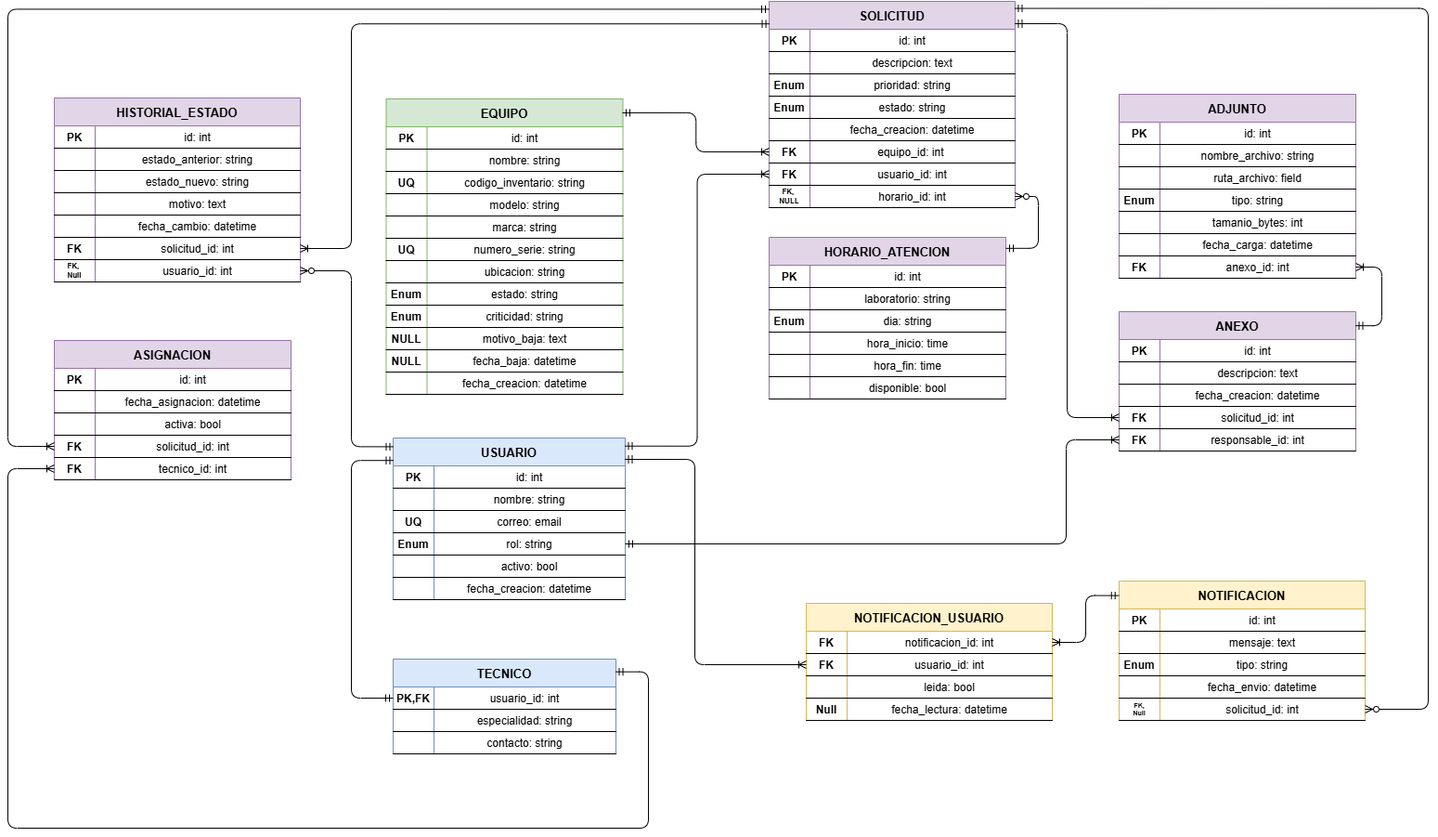
This is docs/images/Database_ER.png from GPT-Ingesoft/project-backend, a draw.io export, as it was before one commit. Source tidied: cells renumbered, new cells last; positions are measured from the earlier drawing's top-left corner, leaving out a move shared by most shapes.
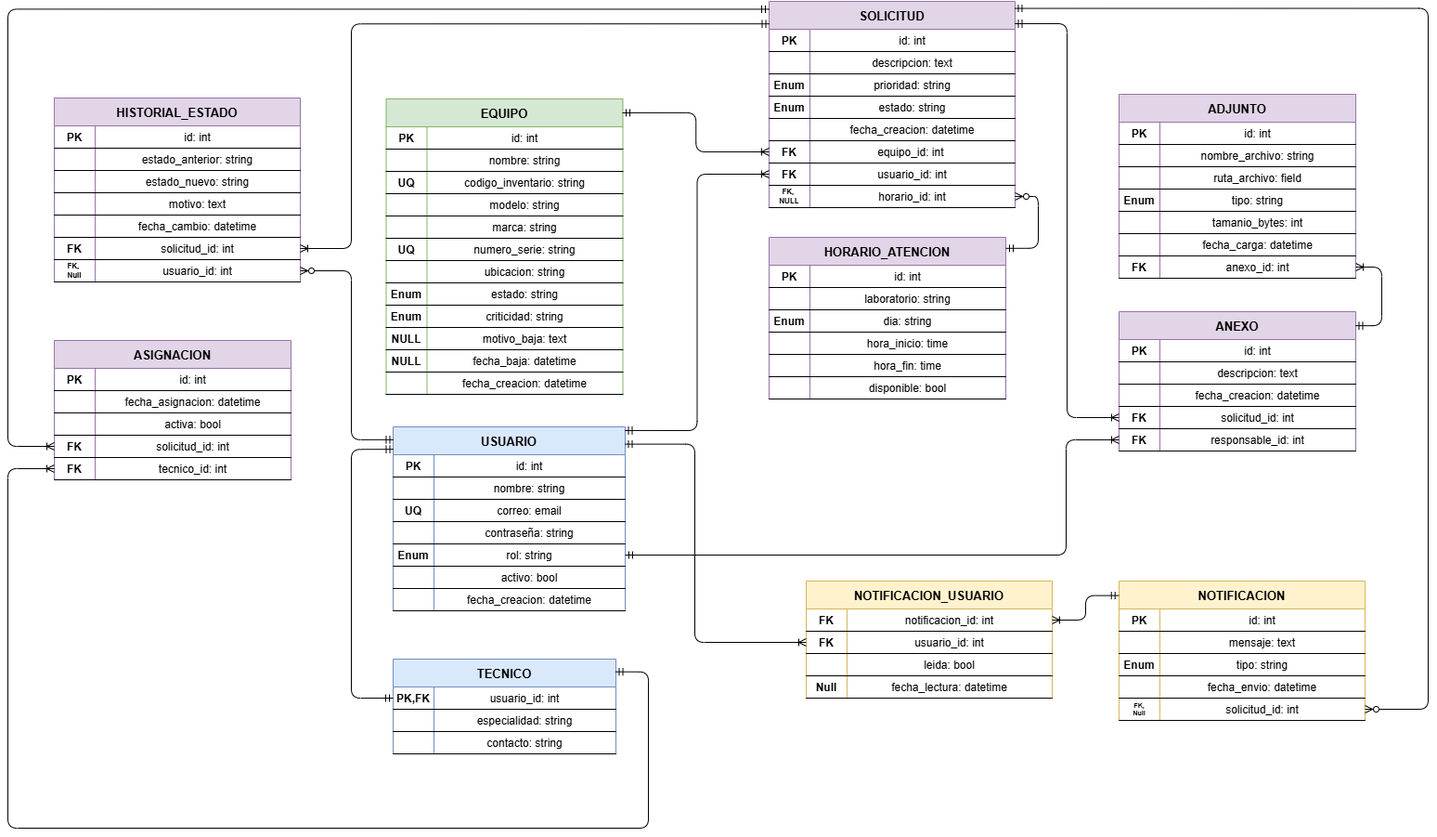
The same diagram one commit later.

What changed in the source:
```diff
@@ -3,7 +3,7 @@
     <mxCell id="0" />
     <mxCell id="1" parent="0" />
     <mxCell id="2" value="USUARIO" style="shape=table;startSize=30;rowLines=0;fontStyle=1;align=center;fontSize=13;fillColor=#dae8fc;strokeColor=#6c8ebf;" parent="1" vertex="1">
-      <mxGeometry x="415" y="470" width="250" height="174" as="geometry" />
+      <mxGeometry x="415" y="458" width="250" height="198" as="geometry" />
     </mxCell>
     <mxCell id="3" style="shape=tableRow;horizontal=0;startSize=0;swimlaneHead=0;swimlaneBody=0;fillColor=none;fontSize=12;top=0;left=0;right=0;bottom=1;" parent="2" vertex="1">
       <mxGeometry y="30" width="250" height="24" as="geometry" />
@@ -32,8 +32,17 @@
     <mxCell id="11" value="correo: email" style="shape=partialRectangle;fillColor=none;top=0;left=0;bottom=0;right=0;overflow=hidden;" parent="9" vertex="1">
       <mxGeometry x="44" width="206" height="24" as="geometry" />
     </mxCell>
+    <mxCell id="231" style="shape=tableRow;horizontal=0;startSize=0;swimlaneHead=0;swimlaneBody=0;fillColor=none;fontSize=12;top=0;left=0;right=0;bottom=1;" parent="2" vertex="1">
+      <mxGeometry y="102" width="250" height="24" as="geometry" />
+    </mxCell>
+    <mxCell id="232" style="shape=partialRectangle;fillColor=none;top=0;left=0;bottom=0;right=0;overflow=hidden;" parent="231" vertex="1">
+      <mxGeometry width="44" height="24" as="geometry" />
+    </mxCell>
+    <mxCell id="233" value="contraseña: string" style="shape=partialRectangle;fillColor=none;top=0;left=0;bottom=0;right=0;overflow=hidden;" parent="231" vertex="1">
+      <mxGeometry x="44" width="206" height="24" as="geometry" />
+    </mxCell>
     <mxCell id="12" style="shape=tableRow;horizontal=0;startSize=0;swimlaneHead=0;swimlaneBody=0;fillColor=none;points=[[0,0.5],[1,0.5]];portConstraint=eastwest;fontSize=12;top=0;left=0;right=0;bottom=1;" parent="2" vertex="1">
-      <mxGeometry y="102" width="250" height="24" as="geometry" />
+      <mxGeometry y="126" width="250" height="24" as="geometry" />
     </mxCell>
     <mxCell id="13" value="Enum" style="shape=partialRectangle;fillColor=none;top=0;left=0;bottom=0;right=0;overflow=hidden;fontStyle=1;" parent="12" vertex="1">
       <mxGeometry width="44" height="24" as="geometry" />
@@ -42,7 +51,7 @@
       <mxGeometry x="44" width="206" height="24" as="geometry" />
     </mxCell>
     <mxCell id="15" style="shape=tableRow;horizontal=0;startSize=0;swimlaneHead=0;swimlaneBody=0;fillColor=none;fontSize=12;top=0;left=0;right=0;bottom=1;" parent="2" vertex="1">
-      <mxGeometry y="126" width="250" height="24" as="geometry" />
+      <mxGeometry y="150" width="250" height="24" as="geometry" />
     </mxCell>
     <mxCell id="16" style="shape=partialRectangle;fillColor=none;top=0;left=0;bottom=0;right=0;overflow=hidden;" parent="15" vertex="1">
       <mxGeometry width="44" height="24" as="geometry" />
@@ -51,7 +60,7 @@
       <mxGeometry x="44" width="206" height="24" as="geometry" />
     </mxCell>
     <mxCell id="18" style="shape=tableRow;horizontal=0;startSize=0;swimlaneHead=0;swimlaneBody=0;fillColor=none;fontSize=12;top=0;left=0;right=0;bottom=1;" parent="2" vertex="1">
-      <mxGeometry y="150" width="250" height="24" as="geometry" />
+      <mxGeometry y="174" width="250" height="24" as="geometry" />
     </mxCell>
     <mxCell id="19" style="shape=partialRectangle;fillColor=none;top=0;left=0;bottom=0;right=0;overflow=hidden;" parent="18" vertex="1">
       <mxGeometry width="44" height="24" as="geometry" />
@@ -609,7 +618,7 @@
       <mxGeometry x="44" width="221" height="24" as="geometry" />
     </mxCell>
     <mxCell id="204" value="NOTIFICACION_USUARIO" style="shape=table;startSize=30;rowLines=0;fontStyle=1;align=center;fontSize=13;fillColor=#fff2cc;strokeColor=#d6b656;" parent="1" vertex="1">
-      <mxGeometry x="860" y="648" width="265" height="126" as="geometry" />
+      <mxGeometry x="860" y="624" width="265" height="126" as="geometry" />
     </mxCell>
     <mxCell id="205" style="shape=tableRow;horizontal=0;startSize=0;swimlaneHead=0;swimlaneBody=0;fillColor=none;points=[[0,0.5],[1,0.5]];portConstraint=eastwest;fontSize=12;top=0;left=0;right=0;bottom=1;" parent="204" vertex="1">
       <mxGeometry y="30" width="265" height="24" as="geometry" />
@@ -647,15 +656,15 @@
     <mxCell id="216" value="fecha_lectura: datetime" style="shape=partialRectangle;fillColor=none;top=0;left=0;bottom=0;right=0;overflow=hidden;" parent="214" vertex="1">
       <mxGeometry x="44" width="221" height="24" as="geometry" />
     </mxCell>
-    <mxCell id="217" style="edgeStyle=orthogonalEdgeStyle;startFill=0;endFill=0;fontSize=11;startArrow=ERmandOne;endArrow=ERmandOne;entryX=0;entryY=0.5;entryDx=0;entryDy=0;exitX=0.002;exitY=0.139;exitDx=0;exitDy=0;exitPerimeter=0;" parent="1" edge="1" source="2" target="22">
+    <mxCell id="217" style="edgeStyle=orthogonalEdgeStyle;startFill=0;endFill=0;fontSize=11;startArrow=ERmandOne;endArrow=ERmandOne;exitX=0.002;exitY=0.122;exitDx=0;exitDy=0;entryX=0;entryY=0.5;entryDx=0;entryDy=0;exitPerimeter=0;" parent="1" edge="1" source="2" target="22">
       <mxGeometry relative="1" as="geometry">
         <Array as="points">
-          <mxPoint x="370" y="494" />
+          <mxPoint x="370" y="482" />
           <mxPoint x="370" y="750" />
         </Array>
       </mxGeometry>
     </mxCell>
-    <mxCell id="218" style="edgeStyle=orthogonalEdgeStyle;startFill=0;endFill=0;fontSize=11;startArrow=ERmandOne;endArrow=ERoneToMany;exitX=0.998;exitY=0.05;exitDx=0;exitDy=0;entryX=0;entryY=0.5;entryDx=0;entryDy=0;exitPerimeter=0;" parent="1" edge="1" source="2" target="87">
+    <mxCell id="218" style="edgeStyle=orthogonalEdgeStyle;startFill=0;endFill=0;fontSize=11;startArrow=ERmandOne;endArrow=ERoneToMany;exitX=0.998;exitY=0.02;exitDx=0;exitDy=0;entryX=0;entryY=0.5;entryDx=0;entryDy=0;exitPerimeter=0;" parent="1" edge="1" source="2" target="87">
       <mxGeometry relative="1" as="geometry" />
     </mxCell>
     <mxCell id="219" style="edgeStyle=orthogonalEdgeStyle;startFill=0;endFill=0;fontSize=11;startArrow=ERmandOne;endArrow=ERoneToMany;exitX=0.998;exitY=0.047;exitDx=0;exitDy=0;entryX=0;entryY=0.5;entryDx=0;entryDy=0;exitPerimeter=0;" parent="1" edge="1" source="31" target="84">
@@ -677,10 +686,10 @@
         </Array>
       </mxGeometry>
     </mxCell>
-    <mxCell id="222" style="edgeStyle=orthogonalEdgeStyle;startFill=0;endFill=0;fontSize=11;startArrow=ERmandOne;endArrow=ERzeroToMany;exitX=0.002;exitY=0.054;exitDx=0;exitDy=0;entryX=1;entryY=0.5;entryDx=0;entryDy=0;exitPerimeter=0;" parent="1" edge="1" source="2" target="112">
+    <mxCell id="222" style="edgeStyle=orthogonalEdgeStyle;startFill=0;endFill=0;fontSize=11;startArrow=ERmandOne;endArrow=ERzeroToMany;exitX=0.002;exitY=0.07;exitDx=0;exitDy=0;entryX=1;entryY=0.5;entryDx=0;entryDy=0;exitPerimeter=0;" parent="1" edge="1" source="2" target="112">
       <mxGeometry relative="1" as="geometry">
         <Array as="points">
-          <mxPoint x="370" y="479" />
+          <mxPoint x="370" y="472" />
           <mxPoint x="370" y="290" />
         </Array>
       </mxGeometry>
@@ -688,10 +697,10 @@
     <mxCell id="223" style="edgeStyle=orthogonalEdgeStyle;startFill=0;endFill=0;fontSize=11;startArrow=ERmandOne;endArrow=ERoneToMany;exitX=0.998;exitY=0.108;exitDx=0;exitDy=0;entryX=0;entryY=0.5;entryDx=0;entryDy=0;exitPerimeter=0;" parent="1" edge="1" source="68" target="160">
       <mxGeometry relative="1" as="geometry" />
     </mxCell>
-    <mxCell id="224" style="edgeStyle=orthogonalEdgeStyle;startFill=0;endFill=0;fontSize=11;startArrow=ERmandOne;endArrow=ERoneToMany;entryX=0;entryY=0.5;entryDx=0;entryDy=0;exitX=1;exitY=0.5;exitDx=0;exitDy=0;" parent="1" edge="1" source="12" target="163">
+    <mxCell id="224" style="edgeStyle=orthogonalEdgeStyle;startFill=0;endFill=0;fontSize=11;startArrow=ERmandOne;endArrow=ERoneToMany;exitX=1;exitY=0.5;exitDx=0;exitDy=0;entryX=0;entryY=0.5;entryDx=0;entryDy=0;" parent="1" edge="1" source="12" target="163">
       <mxGeometry relative="1" as="geometry">
         <Array as="points">
-          <mxPoint x="1140" y="584" />
+          <mxPoint x="1140" y="596" />
           <mxPoint x="1140" y="472" />
         </Array>
       </mxGeometry>
@@ -733,11 +742,11 @@
     <mxCell id="229" style="edgeStyle=orthogonalEdgeStyle;startFill=0;endFill=0;fontSize=11;startArrow=ERmandOne;endArrow=ERoneToMany;exitX=-0.001;exitY=0.104;exitDx=0;exitDy=0;entryX=1;entryY=0.5;entryDx=0;entryDy=0;exitPerimeter=0;" parent="1" edge="1" source="188" target="205">
       <mxGeometry relative="1" as="geometry" />
     </mxCell>
-    <mxCell id="230" style="edgeStyle=orthogonalEdgeStyle;startFill=0;endFill=0;fontSize=11;startArrow=ERmandOne;endArrow=ERoneToMany;exitX=0.998;exitY=0.132;exitDx=0;exitDy=0;entryX=0;entryY=0.5;entryDx=0;entryDy=0;exitPerimeter=0;" parent="1" edge="1" source="2" target="208">
+    <mxCell id="230" style="edgeStyle=orthogonalEdgeStyle;startFill=0;endFill=0;fontSize=11;startArrow=ERmandOne;endArrow=ERoneToMany;exitX=0.998;exitY=0.094;exitDx=0;exitDy=0;entryX=0;entryY=0.5;entryDx=0;entryDy=0;exitPerimeter=0;" parent="1" edge="1" source="2" target="208">
       <mxGeometry relative="1" as="geometry">
         <Array as="points">
-          <mxPoint x="740" y="493" />
-          <mxPoint x="740" y="714" />
+          <mxPoint x="740" y="477" />
+          <mxPoint x="740" y="690" />
         </Array>
       </mxGeometry>
     </mxCell>
```
